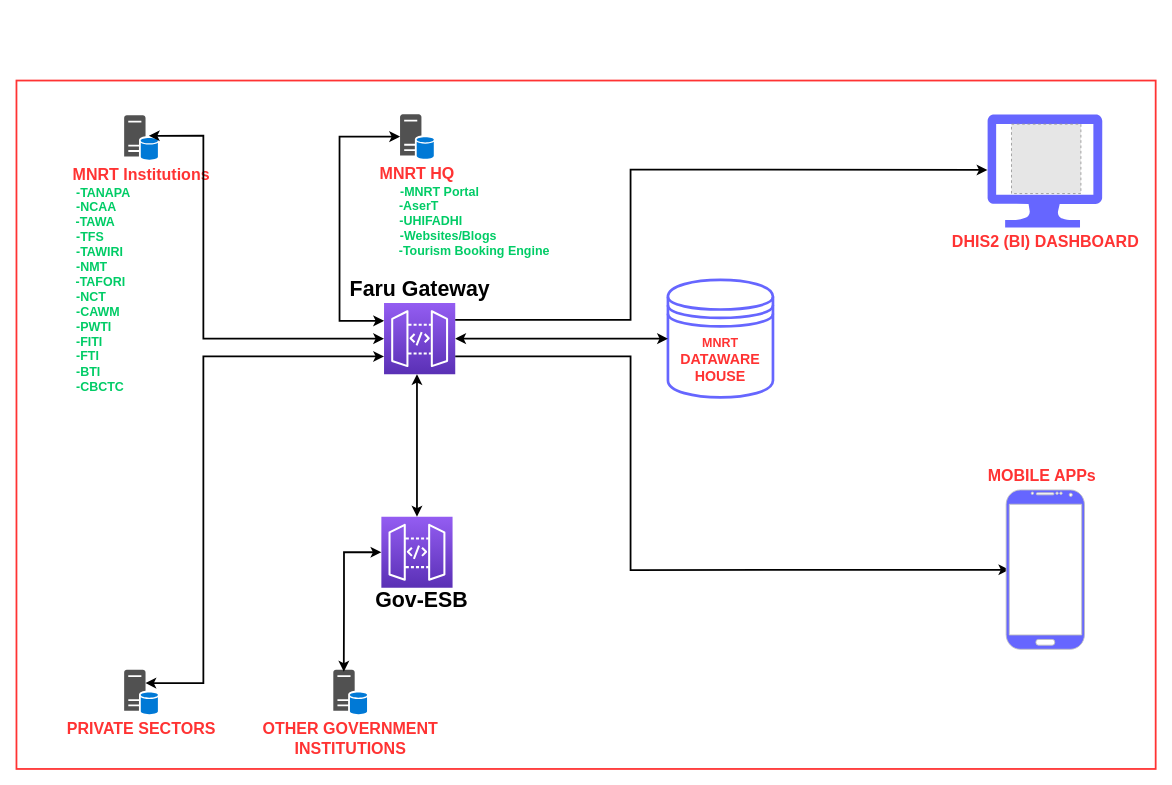
Above: faru-gateway-sketch-template.drawio in MbalamulaS/tech-diagrams (draw.io), before the change. Source tidied: cells renumbered, new cells numbered last; positions are measured from the earlier drawing's top-left corner, leaving out a move shared by most shapes. Both pictures are drawn from the tidied source at 89%, with x=0, y=0 at pixel (16, 80). Pictures stored in the file or linked from it are replaced by grey dashed boxes.
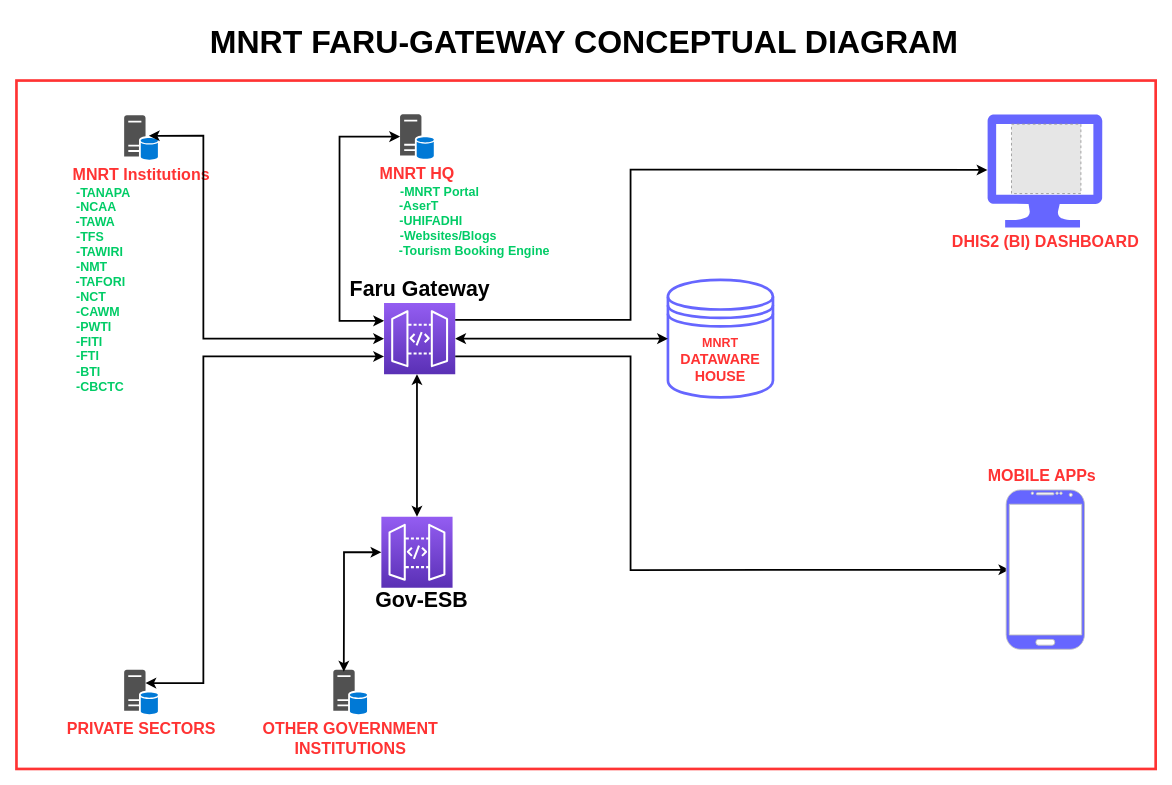
The same diagram, later.

Change to the diagram source:
```diff
@@
-    <mxCell id="2" style="rounded=0;whiteSpace=wrap;html=1;strokeColor=#FF3333;dashed=2;fillColor=none;strokeWidth=2;" parent="1" vertex="1">
+    <mxCell id="2" style="rounded=0;whiteSpace=wrap;html=1;strokeColor=#FF3333;dashed=2;fillColor=none;strokeWidth=3;" parent="1" vertex="1">
       <mxGeometry width="1280" height="773.5" as="geometry" />
     </mxCell>
@@
+    <mxCell id="25" value="&lt;b&gt;&lt;font style=&quot;font-size: 36px;&quot;&gt;MNRT FARU-GATEWAY CONCEPTUAL DIAGRAM &lt;/font&gt;&lt;/b&gt;" style="text;html=1;align=center;verticalAlign=middle;whiteSpace=wrap;rounded=0;fontFamily=Helvetica;fontSize=11;fontColor=default;labelBackgroundColor=default;" parent="1" vertex="1">
+      <mxGeometry x="3" y="-73" width="1270" height="60" as="geometry" />
+    </mxCell>
```
